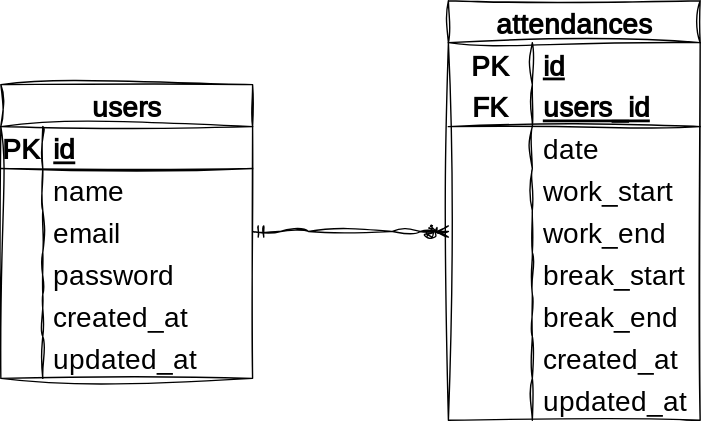
fujico23/atte-system keeps this draw.io diagram as er.drawio.svg. Above is the earlier version. Source tidied: cells renumbered, new cells last; positions are measured from the earlier drawing's top-left corner, leaving out a move shared by most shapes.
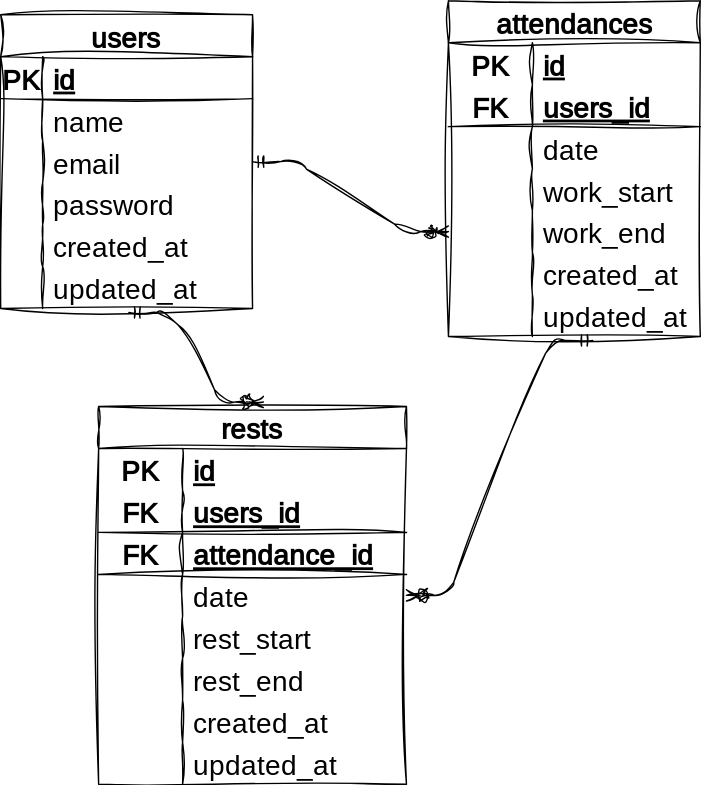
Above is the later version.

The edit, as a diff of the source:
```diff
@@ -3,7 +3,7 @@
     <mxCell id="0" />
     <mxCell id="1" parent="0" />
     <mxCell id="2" value="users" style="shape=table;startSize=30;rowLines=0;fontStyle=1;align=center;sketch=1;hachureGap=4;jiggle=2;curveFitting=1;fontFamily=Architects Daughter;fontSource=https%3A%2F%2Ffonts.googleapis.com%2Fcss%3Ffamily%3DArchitects%2BDaughter;fontSize=20;" parent="1" vertex="1">
-      <mxGeometry y="60" width="180" height="210" as="geometry" />
+      <mxGeometry y="10" width="180" height="210" as="geometry" />
     </mxCell>
     <mxCell id="3" style="shape=tableRow;horizontal=0;startSize=0;swimlaneHead=0;swimlaneBody=0;fillColor=none;top=0;left=0;right=0;bottom=1;sketch=1;hachureGap=4;jiggle=2;curveFitting=1;fontFamily=Architects Daughter;fontSource=https%3A%2F%2Ffonts.googleapis.com%2Fcss%3Ffamily%3DArchitects%2BDaughter;fontSize=20;" parent="2" vertex="1">
       <mxGeometry y="30" width="180" height="30" as="geometry" />
@@ -60,7 +60,7 @@
       <mxGeometry x="30" width="150" height="30" as="geometry" />
     </mxCell>
     <mxCell id="21" value="attendances" style="shape=table;startSize=30;rowLines=0;fontStyle=1;align=center;sketch=1;hachureGap=4;jiggle=2;curveFitting=1;fontFamily=Architects Daughter;fontSource=https%3A%2F%2Ffonts.googleapis.com%2Fcss%3Ffamily%3DArchitects%2BDaughter;fontSize=20;" parent="1" vertex="1">
-      <mxGeometry x="320" width="180" height="300" as="geometry" />
+      <mxGeometry x="320" width="180" height="240" as="geometry" />
     </mxCell>
     <mxCell id="22" style="shape=tableRow;horizontal=0;startSize=0;swimlaneHead=0;swimlaneBody=0;fillColor=none;top=0;left=0;right=0;bottom=0;sketch=1;hachureGap=4;jiggle=2;curveFitting=1;fontFamily=Architects Daughter;fontSource=https%3A%2F%2Ffonts.googleapis.com%2Fcss%3Ffamily%3DArchitects%2BDaughter;fontSize=20;" parent="21" vertex="1">
       <mxGeometry y="30" width="180" height="30" as="geometry" />
@@ -107,26 +107,8 @@
     <mxCell id="36" value="work_end" style="shape=partialRectangle;fillColor=none;top=0;left=0;bottom=0;right=0;align=left;spacingLeft=6;overflow=hidden;sketch=1;hachureGap=4;jiggle=2;curveFitting=1;fontFamily=Architects Daughter;fontSource=https%3A%2F%2Ffonts.googleapis.com%2Fcss%3Ffamily%3DArchitects%2BDaughter;fontSize=20;" parent="34" vertex="1">
       <mxGeometry x="60" width="120" height="30" as="geometry" />
     </mxCell>
-    <mxCell id="37" style="shape=tableRow;horizontal=0;startSize=0;swimlaneHead=0;swimlaneBody=0;fillColor=none;top=0;left=0;right=0;bottom=0;sketch=1;hachureGap=4;jiggle=2;curveFitting=1;fontFamily=Architects Daughter;fontSource=https%3A%2F%2Ffonts.googleapis.com%2Fcss%3Ffamily%3DArchitects%2BDaughter;fontSize=20;" parent="21" vertex="1">
-      <mxGeometry y="180" width="180" height="30" as="geometry" />
-    </mxCell>
-    <mxCell id="38" style="shape=partialRectangle;fillColor=none;top=0;left=0;bottom=0;right=0;overflow=hidden;sketch=1;hachureGap=4;jiggle=2;curveFitting=1;fontFamily=Architects Daughter;fontSource=https%3A%2F%2Ffonts.googleapis.com%2Fcss%3Ffamily%3DArchitects%2BDaughter;fontSize=20;" parent="37" vertex="1">
-      <mxGeometry width="60" height="30" as="geometry" />
-    </mxCell>
-    <mxCell id="39" value="break_start" style="shape=partialRectangle;fillColor=none;top=0;left=0;bottom=0;right=0;align=left;spacingLeft=6;overflow=hidden;sketch=1;hachureGap=4;jiggle=2;curveFitting=1;fontFamily=Architects Daughter;fontSource=https%3A%2F%2Ffonts.googleapis.com%2Fcss%3Ffamily%3DArchitects%2BDaughter;fontSize=20;" parent="37" vertex="1">
-      <mxGeometry x="60" width="120" height="30" as="geometry" />
-    </mxCell>
-    <mxCell id="40" style="shape=tableRow;horizontal=0;startSize=0;swimlaneHead=0;swimlaneBody=0;fillColor=none;top=0;left=0;right=0;bottom=0;sketch=1;hachureGap=4;jiggle=2;curveFitting=1;fontFamily=Architects Daughter;fontSource=https%3A%2F%2Ffonts.googleapis.com%2Fcss%3Ffamily%3DArchitects%2BDaughter;fontSize=20;" parent="21" vertex="1">
-      <mxGeometry y="210" width="180" height="30" as="geometry" />
-    </mxCell>
-    <mxCell id="41" style="shape=partialRectangle;fillColor=none;top=0;left=0;bottom=0;right=0;overflow=hidden;sketch=1;hachureGap=4;jiggle=2;curveFitting=1;fontFamily=Architects Daughter;fontSource=https%3A%2F%2Ffonts.googleapis.com%2Fcss%3Ffamily%3DArchitects%2BDaughter;fontSize=20;" parent="40" vertex="1">
-      <mxGeometry width="60" height="30" as="geometry" />
-    </mxCell>
-    <mxCell id="42" value="break_end" style="shape=partialRectangle;fillColor=none;top=0;left=0;bottom=0;right=0;align=left;spacingLeft=6;overflow=hidden;sketch=1;hachureGap=4;jiggle=2;curveFitting=1;fontFamily=Architects Daughter;fontSource=https%3A%2F%2Ffonts.googleapis.com%2Fcss%3Ffamily%3DArchitects%2BDaughter;fontSize=20;" parent="40" vertex="1">
-      <mxGeometry x="60" width="120" height="30" as="geometry" />
-    </mxCell>
     <mxCell id="43" style="shape=tableRow;horizontal=0;startSize=0;swimlaneHead=0;swimlaneBody=0;fillColor=none;top=0;left=0;right=0;bottom=0;sketch=1;hachureGap=4;jiggle=2;curveFitting=1;fontFamily=Architects Daughter;fontSource=https%3A%2F%2Ffonts.googleapis.com%2Fcss%3Ffamily%3DArchitects%2BDaughter;fontSize=20;" parent="21" vertex="1">
-      <mxGeometry y="240" width="180" height="30" as="geometry" />
+      <mxGeometry y="180" width="180" height="30" as="geometry" />
     </mxCell>
     <mxCell id="44" style="shape=partialRectangle;fillColor=none;top=0;left=0;bottom=0;right=0;overflow=hidden;sketch=1;hachureGap=4;jiggle=2;curveFitting=1;fontFamily=Architects Daughter;fontSource=https%3A%2F%2Ffonts.googleapis.com%2Fcss%3Ffamily%3DArchitects%2BDaughter;fontSize=20;" parent="43" vertex="1">
       <mxGeometry width="60" height="30" as="geometry" />
@@ -135,7 +117,7 @@
       <mxGeometry x="60" width="120" height="30" as="geometry" />
     </mxCell>
     <mxCell id="46" style="shape=tableRow;horizontal=0;startSize=0;swimlaneHead=0;swimlaneBody=0;fillColor=none;points=[[0,0.5],[1,0.5]];portConstraint=eastwest;top=0;left=0;right=0;bottom=0;sketch=1;hachureGap=4;jiggle=2;curveFitting=1;fontFamily=Architects Daughter;fontSource=https%3A%2F%2Ffonts.googleapis.com%2Fcss%3Ffamily%3DArchitects%2BDaughter;fontSize=20;" parent="21" vertex="1">
-      <mxGeometry y="270" width="180" height="30" as="geometry" />
+      <mxGeometry y="210" width="180" height="30" as="geometry" />
     </mxCell>
     <mxCell id="47" style="shape=partialRectangle;fillColor=none;top=0;left=0;bottom=0;right=0;overflow=hidden;sketch=1;hachureGap=4;jiggle=2;curveFitting=1;fontFamily=Architects Daughter;fontSource=https%3A%2F%2Ffonts.googleapis.com%2Fcss%3Ffamily%3DArchitects%2BDaughter;fontSize=20;" parent="46" vertex="1">
       <mxGeometry width="60" height="30" as="geometry" />
@@ -146,5 +128,86 @@
     <mxCell id="49" style="edgeStyle=entityRelationEdgeStyle;fontSize=12;html=1;endArrow=ERzeroToMany;startArrow=ERmandOne;sketch=1;hachureGap=4;jiggle=2;curveFitting=1;fontFamily=Architects Daughter;fontSource=https%3A%2F%2Ffonts.googleapis.com%2Fcss%3Ffamily%3DArchitects%2BDaughter;exitX=1;exitY=0.5;exitDx=0;exitDy=0;entryX=0;entryY=0.5;entryDx=0;entryDy=0;" parent="1" edge="1" source="9" target="34">
       <mxGeometry relative="1" as="geometry" />
     </mxCell>
+    <mxCell id="50" value="rests" style="shape=table;startSize=30;rowLines=0;fontStyle=1;align=center;sketch=1;hachureGap=4;jiggle=2;curveFitting=1;fontFamily=Architects Daughter;fontSource=https%3A%2F%2Ffonts.googleapis.com%2Fcss%3Ffamily%3DArchitects%2BDaughter;fontSize=20;" parent="1" vertex="1">
+      <mxGeometry x="70" y="290" width="220" height="270" as="geometry" />
+    </mxCell>
+    <mxCell id="51" style="shape=tableRow;horizontal=0;startSize=0;swimlaneHead=0;swimlaneBody=0;fillColor=none;top=0;left=0;right=0;bottom=0;sketch=1;hachureGap=4;jiggle=2;curveFitting=1;fontFamily=Architects Daughter;fontSource=https%3A%2F%2Ffonts.googleapis.com%2Fcss%3Ffamily%3DArchitects%2BDaughter;fontSize=20;" parent="50" vertex="1">
+      <mxGeometry y="30" width="220" height="30" as="geometry" />
+    </mxCell>
+    <mxCell id="52" value="PK" style="shape=partialRectangle;fillColor=none;top=0;left=0;bottom=0;right=0;fontStyle=1;overflow=hidden;sketch=1;hachureGap=4;jiggle=2;curveFitting=1;fontFamily=Architects Daughter;fontSource=https%3A%2F%2Ffonts.googleapis.com%2Fcss%3Ffamily%3DArchitects%2BDaughter;fontSize=20;" parent="51" vertex="1">
+      <mxGeometry width="60" height="30" as="geometry" />
+    </mxCell>
+    <mxCell id="53" value="id" style="shape=partialRectangle;fillColor=none;top=0;left=0;bottom=0;right=0;align=left;spacingLeft=6;fontStyle=5;overflow=hidden;sketch=1;hachureGap=4;jiggle=2;curveFitting=1;fontFamily=Architects Daughter;fontSource=https%3A%2F%2Ffonts.googleapis.com%2Fcss%3Ffamily%3DArchitects%2BDaughter;fontSize=20;" parent="51" vertex="1">
+      <mxGeometry x="60" width="160" height="30" as="geometry" />
+    </mxCell>
+    <mxCell id="54" style="shape=tableRow;horizontal=0;startSize=0;swimlaneHead=0;swimlaneBody=0;fillColor=none;top=0;left=0;right=0;bottom=1;sketch=1;hachureGap=4;jiggle=2;curveFitting=1;fontFamily=Architects Daughter;fontSource=https%3A%2F%2Ffonts.googleapis.com%2Fcss%3Ffamily%3DArchitects%2BDaughter;fontSize=20;" parent="50" vertex="1">
+      <mxGeometry y="60" width="220" height="30" as="geometry" />
+    </mxCell>
+    <mxCell id="55" value="FK" style="shape=partialRectangle;fillColor=none;top=0;left=0;bottom=0;right=0;fontStyle=1;overflow=hidden;sketch=1;hachureGap=4;jiggle=2;curveFitting=1;fontFamily=Architects Daughter;fontSource=https%3A%2F%2Ffonts.googleapis.com%2Fcss%3Ffamily%3DArchitects%2BDaughter;fontSize=20;" parent="54" vertex="1">
+      <mxGeometry width="60" height="30" as="geometry" />
+    </mxCell>
+    <mxCell id="56" value="users_id" style="shape=partialRectangle;fillColor=none;top=0;left=0;bottom=0;right=0;align=left;spacingLeft=6;fontStyle=5;overflow=hidden;sketch=1;hachureGap=4;jiggle=2;curveFitting=1;fontFamily=Architects Daughter;fontSource=https%3A%2F%2Ffonts.googleapis.com%2Fcss%3Ffamily%3DArchitects%2BDaughter;fontSize=20;" parent="54" vertex="1">
+      <mxGeometry x="60" width="160" height="30" as="geometry" />
+    </mxCell>
+    <mxCell id="57" style="shape=tableRow;horizontal=0;startSize=0;swimlaneHead=0;swimlaneBody=0;fillColor=none;top=0;left=0;right=0;bottom=1;sketch=1;hachureGap=4;jiggle=2;curveFitting=1;fontFamily=Architects Daughter;fontSource=https%3A%2F%2Ffonts.googleapis.com%2Fcss%3Ffamily%3DArchitects%2BDaughter;fontSize=20;" parent="50" vertex="1">
+      <mxGeometry y="90" width="220" height="30" as="geometry" />
+    </mxCell>
+    <mxCell id="58" value="FK" style="shape=partialRectangle;fillColor=none;top=0;left=0;bottom=0;right=0;fontStyle=1;overflow=hidden;sketch=1;hachureGap=4;jiggle=2;curveFitting=1;fontFamily=Architects Daughter;fontSource=https%3A%2F%2Ffonts.googleapis.com%2Fcss%3Ffamily%3DArchitects%2BDaughter;fontSize=20;" parent="57" vertex="1">
+      <mxGeometry width="60" height="30" as="geometry" />
+    </mxCell>
+    <mxCell id="59" value="attendance_id" style="shape=partialRectangle;fillColor=none;top=0;left=0;bottom=0;right=0;align=left;spacingLeft=6;fontStyle=5;overflow=hidden;sketch=1;hachureGap=4;jiggle=2;curveFitting=1;fontFamily=Architects Daughter;fontSource=https%3A%2F%2Ffonts.googleapis.com%2Fcss%3Ffamily%3DArchitects%2BDaughter;fontSize=20;" parent="57" vertex="1">
+      <mxGeometry x="60" width="160" height="30" as="geometry" />
+    </mxCell>
+    <mxCell id="60" style="shape=tableRow;horizontal=0;startSize=0;swimlaneHead=0;swimlaneBody=0;fillColor=none;points=[[0,0.5],[1,0.5]];portConstraint=eastwest;top=0;left=0;right=0;bottom=0;sketch=1;hachureGap=4;jiggle=2;curveFitting=1;fontFamily=Architects Daughter;fontSource=https%3A%2F%2Ffonts.googleapis.com%2Fcss%3Ffamily%3DArchitects%2BDaughter;fontSize=20;" parent="50" vertex="1">
+      <mxGeometry y="120" width="220" height="30" as="geometry" />
+    </mxCell>
+    <mxCell id="61" style="shape=partialRectangle;fillColor=none;top=0;left=0;bottom=0;right=0;overflow=hidden;sketch=1;hachureGap=4;jiggle=2;curveFitting=1;fontFamily=Architects Daughter;fontSource=https%3A%2F%2Ffonts.googleapis.com%2Fcss%3Ffamily%3DArchitects%2BDaughter;fontSize=20;" parent="60" vertex="1">
+      <mxGeometry width="60" height="30" as="geometry" />
+    </mxCell>
+    <mxCell id="62" value="date" style="shape=partialRectangle;fillColor=none;top=0;left=0;bottom=0;right=0;align=left;spacingLeft=6;overflow=hidden;sketch=1;hachureGap=4;jiggle=2;curveFitting=1;fontFamily=Architects Daughter;fontSource=https%3A%2F%2Ffonts.googleapis.com%2Fcss%3Ffamily%3DArchitects%2BDaughter;fontSize=20;" parent="60" vertex="1">
+      <mxGeometry x="60" width="160" height="30" as="geometry" />
+    </mxCell>
+    <mxCell id="63" style="shape=tableRow;horizontal=0;startSize=0;swimlaneHead=0;swimlaneBody=0;fillColor=none;top=0;left=0;right=0;bottom=0;sketch=1;hachureGap=4;jiggle=2;curveFitting=1;fontFamily=Architects Daughter;fontSource=https%3A%2F%2Ffonts.googleapis.com%2Fcss%3Ffamily%3DArchitects%2BDaughter;fontSize=20;" parent="50" vertex="1">
+      <mxGeometry y="150" width="220" height="30" as="geometry" />
+    </mxCell>
+    <mxCell id="64" style="shape=partialRectangle;fillColor=none;top=0;left=0;bottom=0;right=0;overflow=hidden;sketch=1;hachureGap=4;jiggle=2;curveFitting=1;fontFamily=Architects Daughter;fontSource=https%3A%2F%2Ffonts.googleapis.com%2Fcss%3Ffamily%3DArchitects%2BDaughter;fontSize=20;" parent="63" vertex="1">
+      <mxGeometry width="60" height="30" as="geometry" />
+    </mxCell>
+    <mxCell id="65" value="rest_start" style="shape=partialRectangle;fillColor=none;top=0;left=0;bottom=0;right=0;align=left;spacingLeft=6;overflow=hidden;sketch=1;hachureGap=4;jiggle=2;curveFitting=1;fontFamily=Architects Daughter;fontSource=https%3A%2F%2Ffonts.googleapis.com%2Fcss%3Ffamily%3DArchitects%2BDaughter;fontSize=20;" parent="63" vertex="1">
+      <mxGeometry x="60" width="160" height="30" as="geometry" />
+    </mxCell>
+    <mxCell id="66" style="shape=tableRow;horizontal=0;startSize=0;swimlaneHead=0;swimlaneBody=0;fillColor=none;top=0;left=0;right=0;bottom=0;sketch=1;hachureGap=4;jiggle=2;curveFitting=1;fontFamily=Architects Daughter;fontSource=https%3A%2F%2Ffonts.googleapis.com%2Fcss%3Ffamily%3DArchitects%2BDaughter;fontSize=20;" parent="50" vertex="1">
+      <mxGeometry y="180" width="220" height="30" as="geometry" />
+    </mxCell>
+    <mxCell id="67" style="shape=partialRectangle;fillColor=none;top=0;left=0;bottom=0;right=0;overflow=hidden;sketch=1;hachureGap=4;jiggle=2;curveFitting=1;fontFamily=Architects Daughter;fontSource=https%3A%2F%2Ffonts.googleapis.com%2Fcss%3Ffamily%3DArchitects%2BDaughter;fontSize=20;" parent="66" vertex="1">
+      <mxGeometry width="60" height="30" as="geometry" />
+    </mxCell>
+    <mxCell id="68" value="rest_end" style="shape=partialRectangle;fillColor=none;top=0;left=0;bottom=0;right=0;align=left;spacingLeft=6;overflow=hidden;sketch=1;hachureGap=4;jiggle=2;curveFitting=1;fontFamily=Architects Daughter;fontSource=https%3A%2F%2Ffonts.googleapis.com%2Fcss%3Ffamily%3DArchitects%2BDaughter;fontSize=20;" parent="66" vertex="1">
+      <mxGeometry x="60" width="160" height="30" as="geometry" />
+    </mxCell>
+    <mxCell id="69" style="shape=tableRow;horizontal=0;startSize=0;swimlaneHead=0;swimlaneBody=0;fillColor=none;top=0;left=0;right=0;bottom=0;sketch=1;hachureGap=4;jiggle=2;curveFitting=1;fontFamily=Architects Daughter;fontSource=https%3A%2F%2Ffonts.googleapis.com%2Fcss%3Ffamily%3DArchitects%2BDaughter;fontSize=20;" parent="50" vertex="1">
+      <mxGeometry y="210" width="220" height="30" as="geometry" />
+    </mxCell>
+    <mxCell id="70" style="shape=partialRectangle;fillColor=none;top=0;left=0;bottom=0;right=0;overflow=hidden;sketch=1;hachureGap=4;jiggle=2;curveFitting=1;fontFamily=Architects Daughter;fontSource=https%3A%2F%2Ffonts.googleapis.com%2Fcss%3Ffamily%3DArchitects%2BDaughter;fontSize=20;" parent="69" vertex="1">
+      <mxGeometry width="60" height="30" as="geometry" />
+    </mxCell>
+    <mxCell id="71" value="created_at" style="shape=partialRectangle;fillColor=none;top=0;left=0;bottom=0;right=0;align=left;spacingLeft=6;overflow=hidden;sketch=1;hachureGap=4;jiggle=2;curveFitting=1;fontFamily=Architects Daughter;fontSource=https%3A%2F%2Ffonts.googleapis.com%2Fcss%3Ffamily%3DArchitects%2BDaughter;fontSize=20;" parent="69" vertex="1">
+      <mxGeometry x="60" width="160" height="30" as="geometry" />
+    </mxCell>
+    <mxCell id="72" style="shape=tableRow;horizontal=0;startSize=0;swimlaneHead=0;swimlaneBody=0;fillColor=none;top=0;left=0;right=0;bottom=0;sketch=1;hachureGap=4;jiggle=2;curveFitting=1;fontFamily=Architects Daughter;fontSource=https%3A%2F%2Ffonts.googleapis.com%2Fcss%3Ffamily%3DArchitects%2BDaughter;fontSize=20;" parent="50" vertex="1">
+      <mxGeometry y="240" width="220" height="30" as="geometry" />
+    </mxCell>
+    <mxCell id="73" style="shape=partialRectangle;fillColor=none;top=0;left=0;bottom=0;right=0;overflow=hidden;sketch=1;hachureGap=4;jiggle=2;curveFitting=1;fontFamily=Architects Daughter;fontSource=https%3A%2F%2Ffonts.googleapis.com%2Fcss%3Ffamily%3DArchitects%2BDaughter;fontSize=20;" parent="72" vertex="1">
+      <mxGeometry width="60" height="30" as="geometry" />
+    </mxCell>
+    <mxCell id="74" value="updated_at" style="shape=partialRectangle;fillColor=none;top=0;left=0;bottom=0;right=0;align=left;spacingLeft=6;overflow=hidden;sketch=1;hachureGap=4;jiggle=2;curveFitting=1;fontFamily=Architects Daughter;fontSource=https%3A%2F%2Ffonts.googleapis.com%2Fcss%3Ffamily%3DArchitects%2BDaughter;fontSize=20;" parent="72" vertex="1">
+      <mxGeometry x="60" width="160" height="30" as="geometry" />
+    </mxCell>
+    <mxCell id="75" style="edgeStyle=entityRelationEdgeStyle;fontSize=12;html=1;endArrow=ERzeroToMany;startArrow=ERmandOne;sketch=1;hachureGap=4;jiggle=2;curveFitting=1;fontFamily=Architects Daughter;fontSource=https%3A%2F%2Ffonts.googleapis.com%2Fcss%3Ffamily%3DArchitects%2BDaughter;entryX=1;entryY=0.5;entryDx=0;entryDy=0;exitX=0.573;exitY=1.093;exitDx=0;exitDy=0;exitPerimeter=0;" parent="1" edge="1" source="46" target="60">
+      <mxGeometry relative="1" as="geometry" />
+    </mxCell>
+    <mxCell id="76" style="edgeStyle=entityRelationEdgeStyle;fontSize=12;html=1;endArrow=ERzeroToMany;startArrow=ERmandOne;sketch=1;hachureGap=4;jiggle=2;curveFitting=1;fontFamily=Architects Daughter;fontSource=https%3A%2F%2Ffonts.googleapis.com%2Fcss%3Ffamily%3DArchitects%2BDaughter;exitX=0.509;exitY=1.093;exitDx=0;exitDy=0;entryX=0.535;entryY=-0.012;entryDx=0;entryDy=0;exitPerimeter=0;entryPerimeter=0;" parent="1" edge="1" source="18" target="50">
+      <mxGeometry relative="1" as="geometry" />
+    </mxCell>
   </root>
 </mxGraphModel>
```
